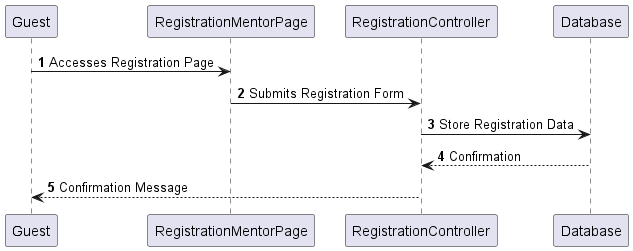
Above: Doc/use-Cases/uc011/systemDiagram/sequenceDiagram011.png in kanzodotjava/RefugeeLINK (PlantUML), before the change. Source of this version:
```plantuml
@startuml
autonumber

Guest -> RegistrationMentorPage: Accesses Registration Page
RegistrationMentorPage -> RegistrationController: Submits Registration Form
RegistrationController -> Database: Store Registration Data
Database --> RegistrationController: Confirmation
RegistrationController --> Guest: Confirmation Message

@enduml
```
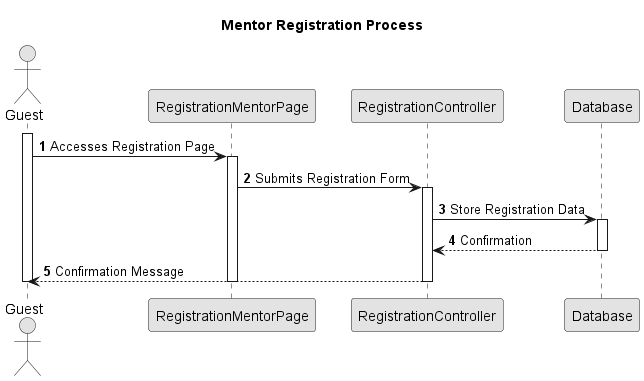
After the commit.

What changed in the source:
```diff
@@ -1,10 +1,34 @@
 @startuml
+skinparam monochrome true
+skinparam packageStyle rectangle
+skinparam shadowing false
+
+title Mentor Registration Process
+
 autonumber
 
-Guest -> RegistrationMentorPage: Accesses Registration Page
-RegistrationMentorPage -> RegistrationController: Submits Registration Form
-RegistrationController -> Database: Store Registration Data
-Database --> RegistrationController: Confirmation
-RegistrationController --> Guest: Confirmation Message
+actor Guest
+participant "RegistrationMentorPage" as MentorPage
+participant "RegistrationController" as RegCtrl
+participant Database
+
+activate Guest
+
+Guest -> MentorPage : Accesses Registration Page
+activate MentorPage
+
+MentorPage -> RegCtrl : Submits Registration Form
+activate RegCtrl
+
+RegCtrl -> Database : Store Registration Data
+activate Database
+Database --> RegCtrl : Confirmation
+deactivate Database
+
+RegCtrl --> Guest : Confirmation Message
+deactivate RegCtrl
+deactivate MentorPage
+
+deactivate Guest
 
 @enduml
```
